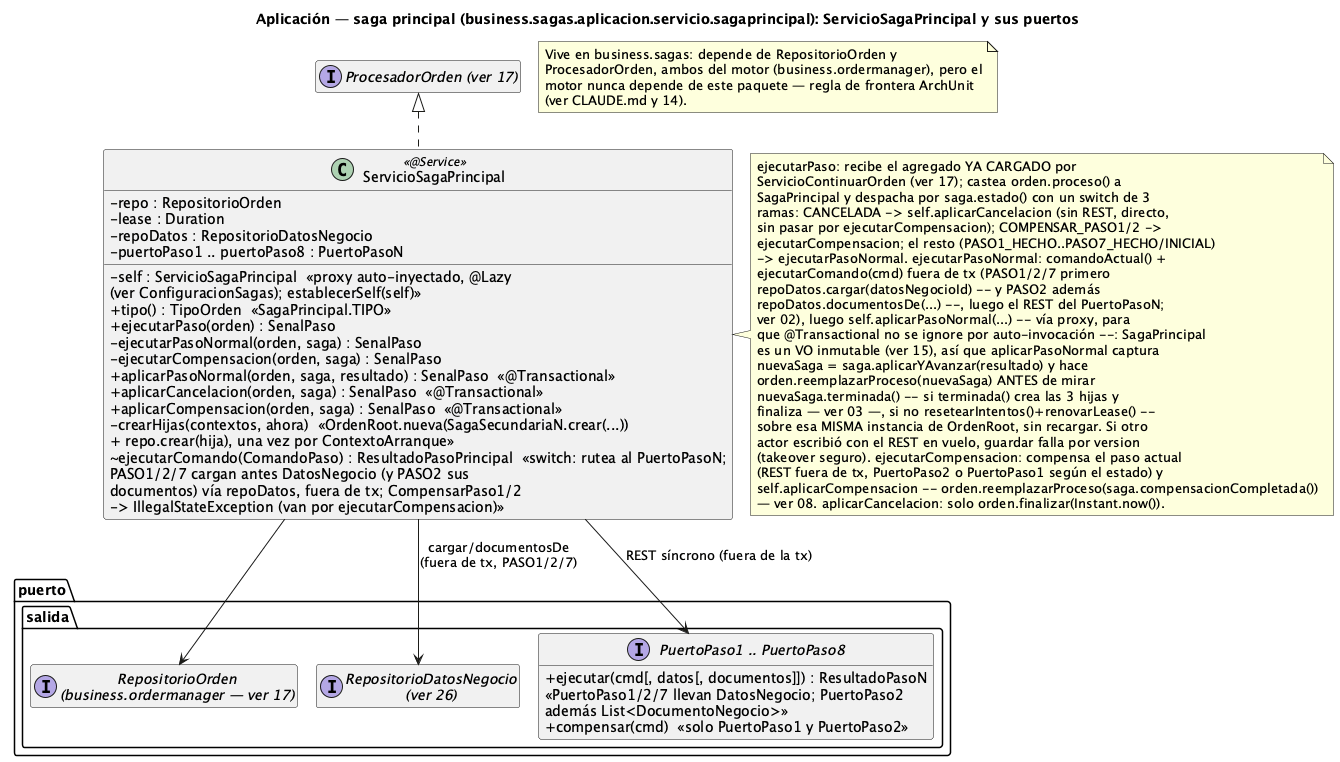
Above: order-manager/docs/18-clases-aplicacion-saga-principal.png in ralcazar/patrones (PlantUML), before the change.
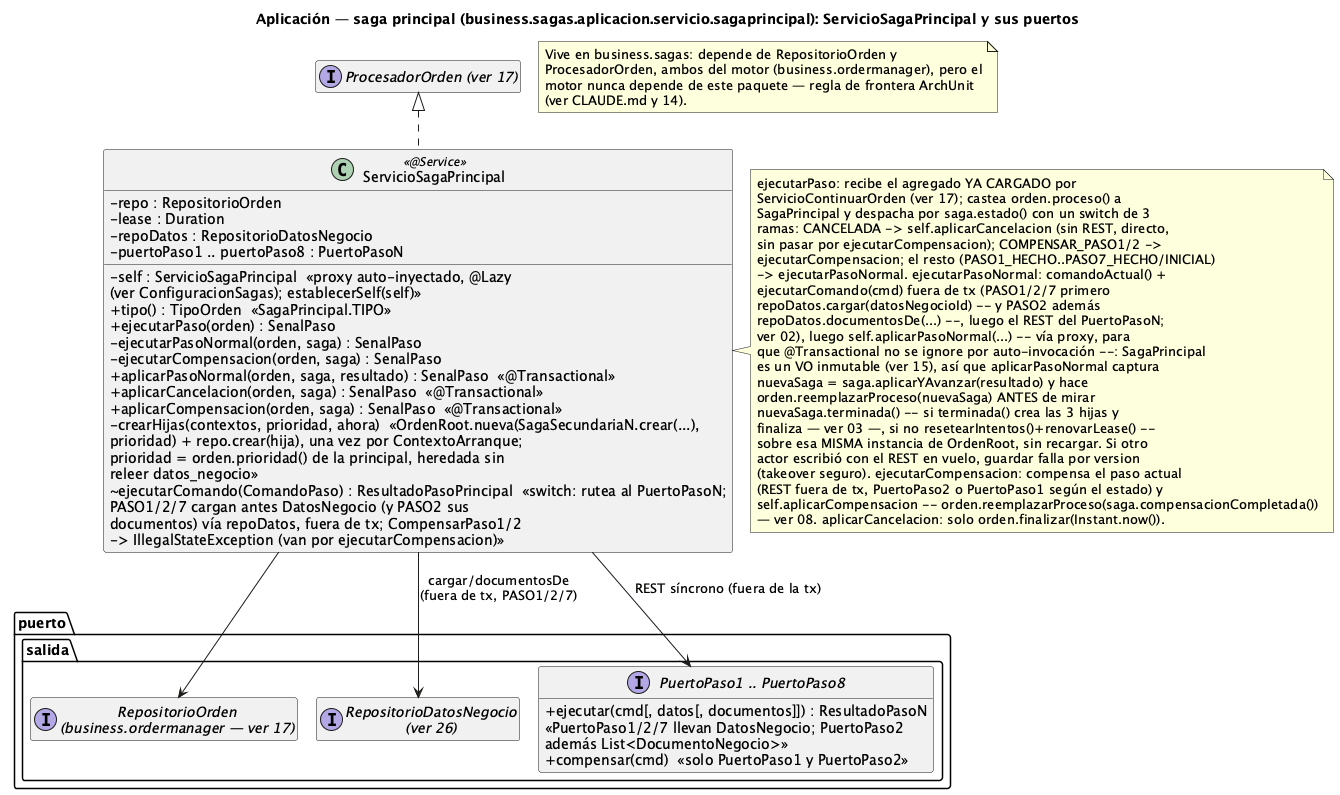
Above is the later version.

Diff of the diagram source:
```diff
@@ -19,7 +19,7 @@
   +aplicarPasoNormal(orden, saga, resultado) : SenalPaso  «@Transactional»
   +aplicarCancelacion(orden, saga) : SenalPaso  «@Transactional»
   +aplicarCompensacion(orden, saga) : SenalPaso  «@Transactional»
-  -crearHijas(contextos, ahora)  «OrdenRoot.nueva(SagaSecundariaN.crear(...))\n+ repo.crear(hija), una vez por ContextoArranque»
+  -crearHijas(contextos, prioridad, ahora)  «OrdenRoot.nueva(SagaSecundariaN.crear(...),\nprioridad) + repo.crear(hija), una vez por ContextoArranque;\nprioridad = orden.prioridad() de la principal, heredada sin\nreleer datos_negocio»
   ~ejecutarComando(ComandoPaso) : ResultadoPasoPrincipal  «switch: rutea al PuertoPasoN;\nPASO1/2/7 cargan antes DatosNegocio (y PASO2 sus\ndocumentos) vía repoDatos, fuera de tx; CompensarPaso1/2\n-> IllegalStateException (van por ejecutarCompensacion)»
 }
 note right of ServicioSagaPrincipal
```
